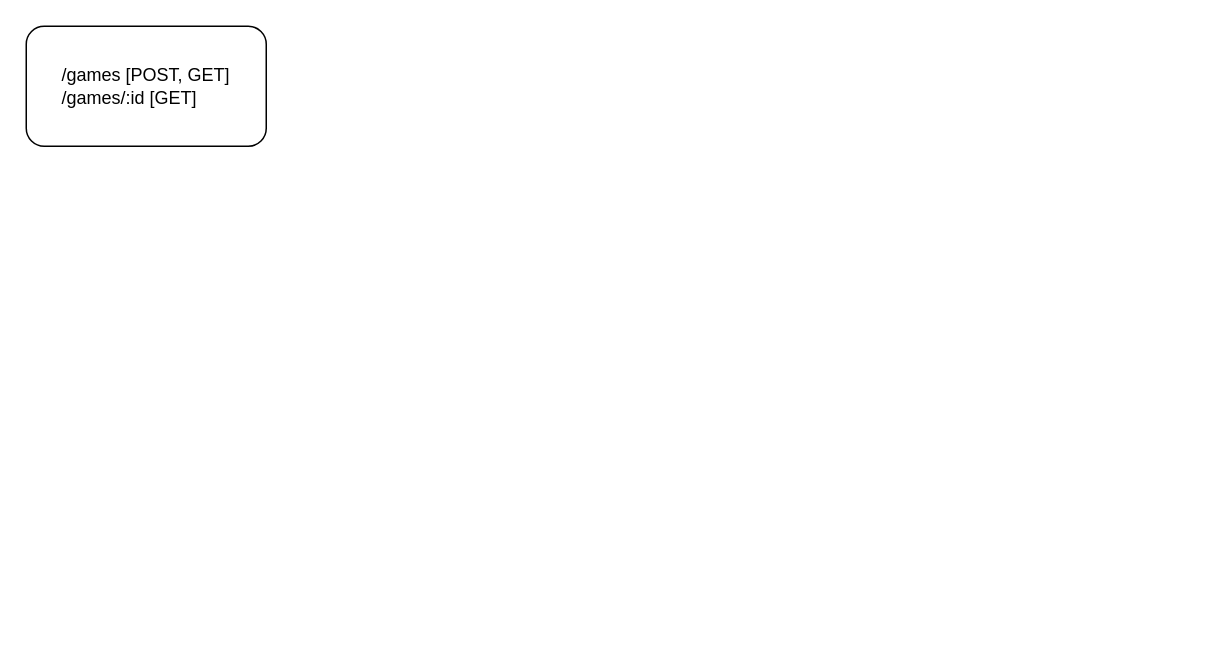
Before: page "API" (1 of 2) of docs/api-diagram.drawio in CPTR450-Diplomacy/backend, a draw.io diagram. Source tidied: cells renumbered, new cells numbered last; positions are measured from the earlier drawing's top-left corner, leaving out a move shared by most shapes. Both pictures are drawn from the tidied source at 150%, with x=0, y=0 at pixel (26, 26).
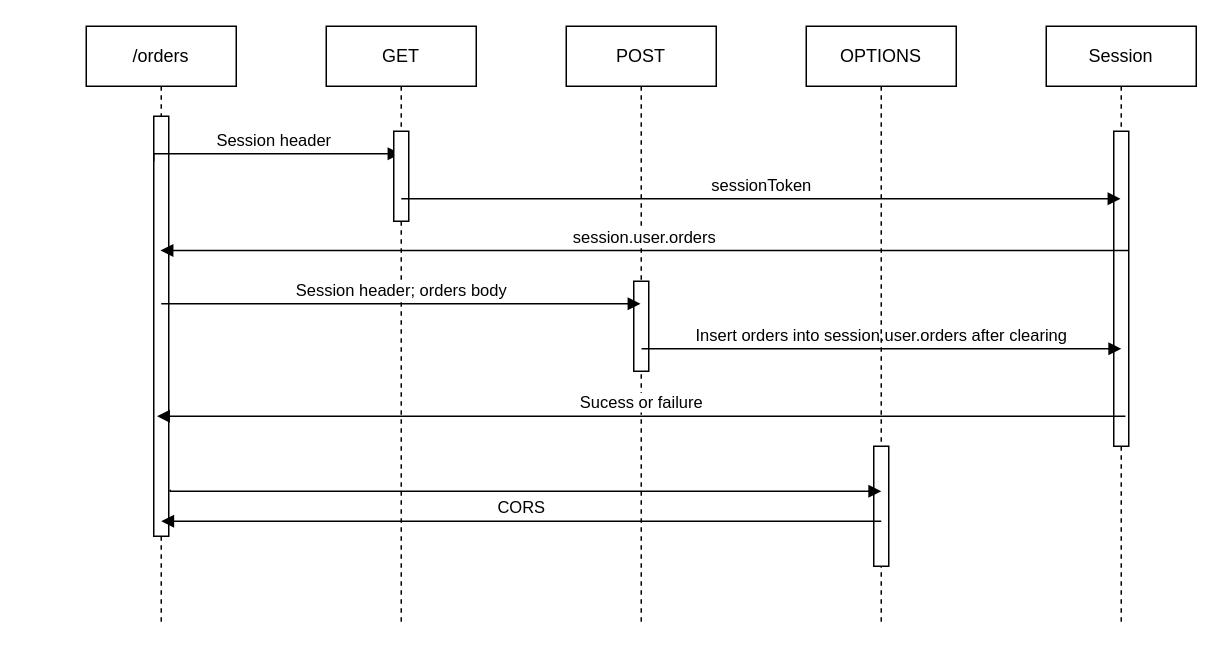
The same diagram, later.

Change to the diagram source:
```diff
@@
-    <mxCell id="2" value="&lt;div style=&quot;text-align: left&quot;&gt;&lt;span&gt;/games [POST, GET]&lt;/span&gt;&lt;/div&gt;&lt;div style=&quot;text-align: left&quot;&gt;&lt;span&gt;/games/:id [GET]&lt;/span&gt;&lt;/div&gt;" style="rounded=1;whiteSpace=wrap;html=1;" parent="1" vertex="1">
-      <mxGeometry width="160" height="80" as="geometry" />
-    </mxCell>
+    <mxCell id="3" value="Session" style="shape=umlLifeline;perimeter=lifelinePerimeter;whiteSpace=wrap;html=1;outlineConnect=0;" parent="1" vertex="1">
+      <mxGeometry x="680" width="100" height="400" as="geometry" />
+    </mxCell>
+    <mxCell id="4" style="html=1;perimeter=orthogonalPerimeter;" parent="3" vertex="1">
+      <mxGeometry x="45" y="70" width="10" height="210" as="geometry" />
+    </mxCell>
+    <mxCell id="5" value="/orders" style="shape=umlLifeline;perimeter=lifelinePerimeter;whiteSpace=wrap;html=1;outlineConnect=0;" parent="1" vertex="1">
+      <mxGeometry x="40" width="100" height="400" as="geometry" />
+    </mxCell>
+    <mxCell id="6" style="html=1;points=[];perimeter=orthogonalPerimeter;" parent="5" vertex="1">
+      <mxGeometry x="45" y="60" width="10" height="280" as="geometry" />
+    </mxCell>
+    <mxCell id="7" value="Session header" style="html=1;verticalAlign=bottom;endArrow=block;rounded=0;edgeStyle=orthogonalEdgeStyle;" parent="5" edge="1" target="8">
+      <mxGeometry relative="1" as="geometry">
+        <mxPoint x="45" y="90" as="sourcePoint" />
+        <Array as="points">
+          <mxPoint x="45" y="85" />
+        </Array>
+      </mxGeometry>
+    </mxCell>
+    <mxCell id="8" value="GET" style="shape=umlLifeline;perimeter=lifelinePerimeter;whiteSpace=wrap;html=1;outlineConnect=0;" parent="1" vertex="1">
+      <mxGeometry x="200" width="100" height="400" as="geometry" />
+    </mxCell>
+    <mxCell id="9" style="html=1;perimeter=orthogonalPerimeter;" parent="8" vertex="1">
+      <mxGeometry x="45" y="70" width="10" height="60" as="geometry" />
+    </mxCell>
+    <mxCell id="10" value="POST" style="shape=umlLifeline;perimeter=lifelinePerimeter;whiteSpace=wrap;html=1;outlineConnect=0;" parent="1" vertex="1">
+      <mxGeometry x="360" width="100" height="400" as="geometry" />
+    </mxCell>
+    <mxCell id="11" style="html=1;perimeter=orthogonalPerimeter;" parent="10" vertex="1">
+      <mxGeometry x="45" y="170" width="10" height="60" as="geometry" />
+    </mxCell>
+    <mxCell id="12" value="Insert orders into session.user.orders after clearing" style="html=1;verticalAlign=bottom;endArrow=block;rounded=0;edgeStyle=orthogonalEdgeStyle;" parent="10" edge="1">
+      <mxGeometry relative="1" as="geometry">
+        <mxPoint x="50.2" y="215" as="sourcePoint" />
+        <mxPoint x="370" y="215" as="targetPoint" />
+        <Array as="points">
+          <mxPoint x="370" y="215" />
+        </Array>
+      </mxGeometry>
+    </mxCell>
+    <mxCell id="13" value="Sucess or failure" style="html=1;verticalAlign=bottom;endArrow=block;rounded=0;edgeStyle=orthogonalEdgeStyle;" parent="10" edge="1">
+      <mxGeometry relative="1" as="geometry">
+        <mxPoint x="372.8" y="260" as="sourcePoint" />
+        <mxPoint x="-272.8" y="260" as="targetPoint" />
+        <Array as="points">
+          <mxPoint x="-102.2" y="260.5" />
+          <mxPoint x="-102.2" y="260.5" />
+        </Array>
+      </mxGeometry>
+    </mxCell>
+    <mxCell id="14" value="OPTIONS" style="shape=umlLifeline;perimeter=lifelinePerimeter;whiteSpace=wrap;html=1;" parent="1" vertex="1">
+      <mxGeometry x="520" width="100" height="400" as="geometry" />
+    </mxCell>
+    <mxCell id="15" value="session.user.orders" style="html=1;verticalAlign=bottom;endArrow=block;rounded=0;edgeStyle=orthogonalEdgeStyle;" parent="14" edge="1" target="5">
+      <mxGeometry relative="1" as="geometry">
+        <mxPoint x="215" y="149.5" as="sourcePoint" />
+        <Array as="points">
+          <mxPoint x="-260" y="150" />
+          <mxPoint x="-260" y="150" />
+        </Array>
+      </mxGeometry>
+    </mxCell>
+    <mxCell id="16" style="html=1;perimeter=orthogonalPerimeter;" parent="14" vertex="1">
+      <mxGeometry x="45" y="280" width="10" height="80" as="geometry" />
+    </mxCell>
+    <mxCell id="17" value="sessionToken" style="html=1;verticalAlign=bottom;endArrow=block;rounded=0;edgeStyle=orthogonalEdgeStyle;" parent="1" edge="1" target="3">
+      <mxGeometry relative="1" as="geometry">
+        <mxPoint x="250" y="115" as="sourcePoint" />
+        <Array as="points">
+          <mxPoint x="300" y="115" />
+          <mxPoint x="300" y="115" />
+        </Array>
+      </mxGeometry>
+    </mxCell>
+    <mxCell id="18" value="Session header; orders body" style="html=1;verticalAlign=bottom;endArrow=block;rounded=0;edgeStyle=orthogonalEdgeStyle;" parent="1" edge="1" target="10">
+      <mxGeometry relative="1" as="geometry">
+        <mxPoint x="90" y="185" as="sourcePoint" />
+        <Array as="points">
+          <mxPoint x="250" y="185" />
+          <mxPoint x="250" y="185" />
+        </Array>
+      </mxGeometry>
+    </mxCell>
+    <mxCell id="19" style="html=1;verticalAlign=bottom;endArrow=block;rounded=0;edgeStyle=orthogonalEdgeStyle;exitX=1.1;exitY=0.889;exitDx=0;exitDy=0;exitPerimeter=0;" parent="1" edge="1" source="6">
+      <mxGeometry relative="1" as="geometry">
+        <mxPoint x="570" y="310" as="targetPoint" />
+        <Array as="points">
+          <mxPoint x="96" y="310" />
+        </Array>
+      </mxGeometry>
+    </mxCell>
+    <mxCell id="20" value="CORS" style="html=1;verticalAlign=bottom;endArrow=block;rounded=0;edgeStyle=orthogonalEdgeStyle;" parent="1" edge="1">
+      <mxGeometry relative="1" as="geometry">
+        <mxPoint x="570" y="330" as="sourcePoint" />
+        <mxPoint x="90" y="330" as="targetPoint" />
+        <Array as="points">
+          <mxPoint x="260.5" y="330.5" />
+          <mxPoint x="260.5" y="330.5" />
+        </Array>
+      </mxGeometry>
+    </mxCell>
```
